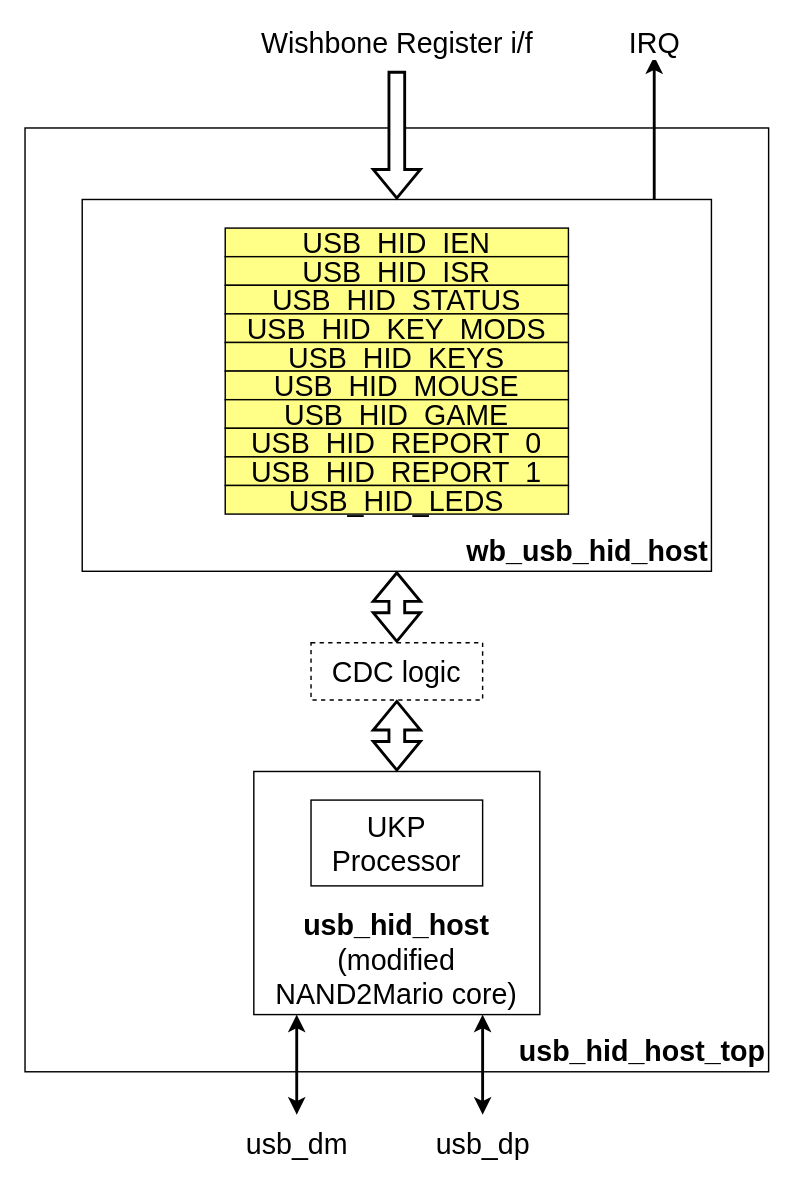
Above: docs/assets/usb_hid_host_new.drawio in epsilon537/boxlambda (draw.io), before the change. Source tidied: cells renumbered, new cells numbered last; positions are measured from the earlier drawing's top-left corner, leaving out a move shared by most shapes. Both pictures are drawn from the tidied source at 143%, with x=0, y=0 at pixel (24, 56).
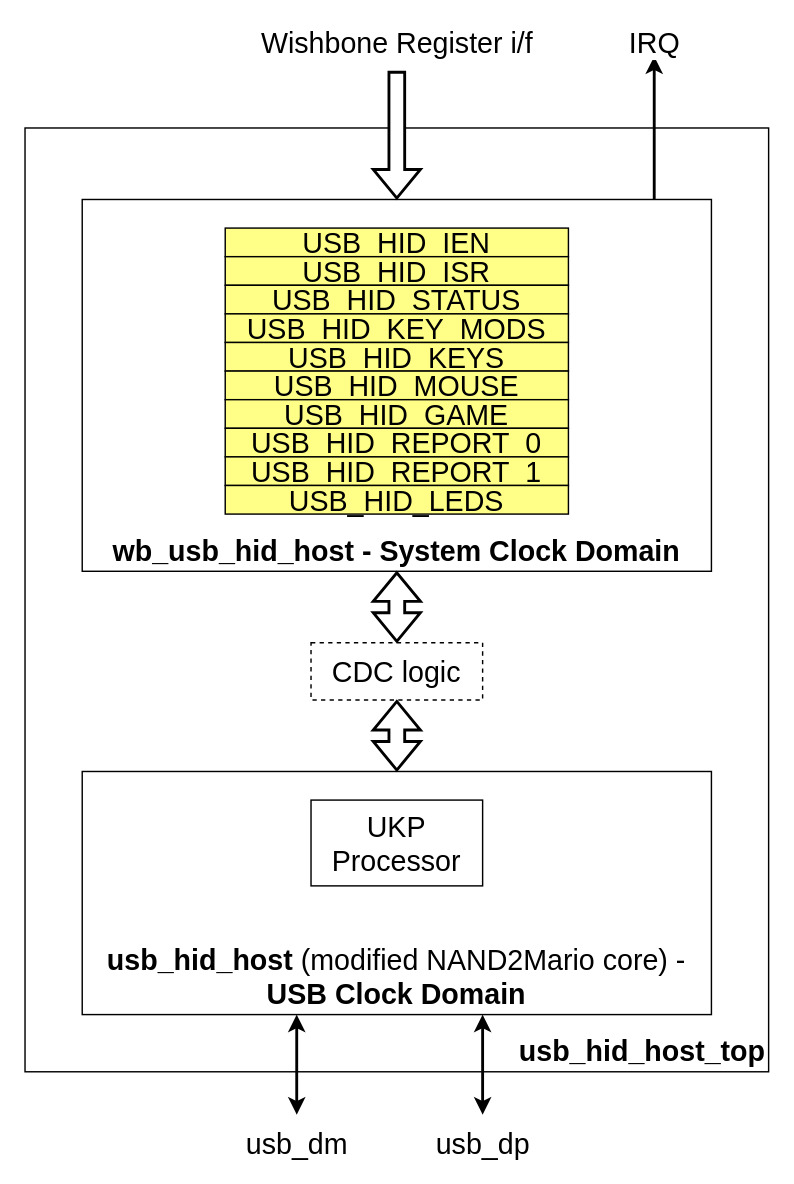
Above is the later version.

Change to the diagram source:
```diff
@@
-    <mxCell id="3" value="wb_usb_hid_host" style="rounded=0;whiteSpace=wrap;html=1;fontSize=20;strokeWidth=1;verticalAlign=bottom;align=right;fontStyle=1;" parent="1" vertex="1">
+    <mxCell id="3" value="wb_usb_hid_host - System Clock Domain" style="rounded=0;whiteSpace=wrap;html=1;fontSize=20;strokeWidth=1;verticalAlign=bottom;align=center;fontStyle=1;" parent="1" vertex="1">
       <mxGeometry x="40" y="100" width="440" height="260" as="geometry" />
     </mxCell>
-    <mxCell id="4" value="&lt;b&gt;usb_hid_host&lt;/b&gt;&lt;br&gt;(modified NAND2Mario core)" style="rounded=0;whiteSpace=wrap;html=1;fontSize=20;strokeWidth=1;verticalAlign=bottom;" parent="1" vertex="1">
-      <mxGeometry x="160" y="500" width="200" height="170" as="geometry" />
+    <mxCell id="4" value="&lt;b&gt;usb_hid_host&amp;nbsp;&lt;/b&gt;(modified NAND2Mario core) -&lt;br&gt;&lt;b&gt;USB Clock Domain&lt;/b&gt;" style="rounded=0;whiteSpace=wrap;html=1;fontSize=20;strokeWidth=1;verticalAlign=bottom;" parent="1" vertex="1">
+      <mxGeometry x="40" y="500" width="440" height="170" as="geometry" />
     </mxCell>
```
